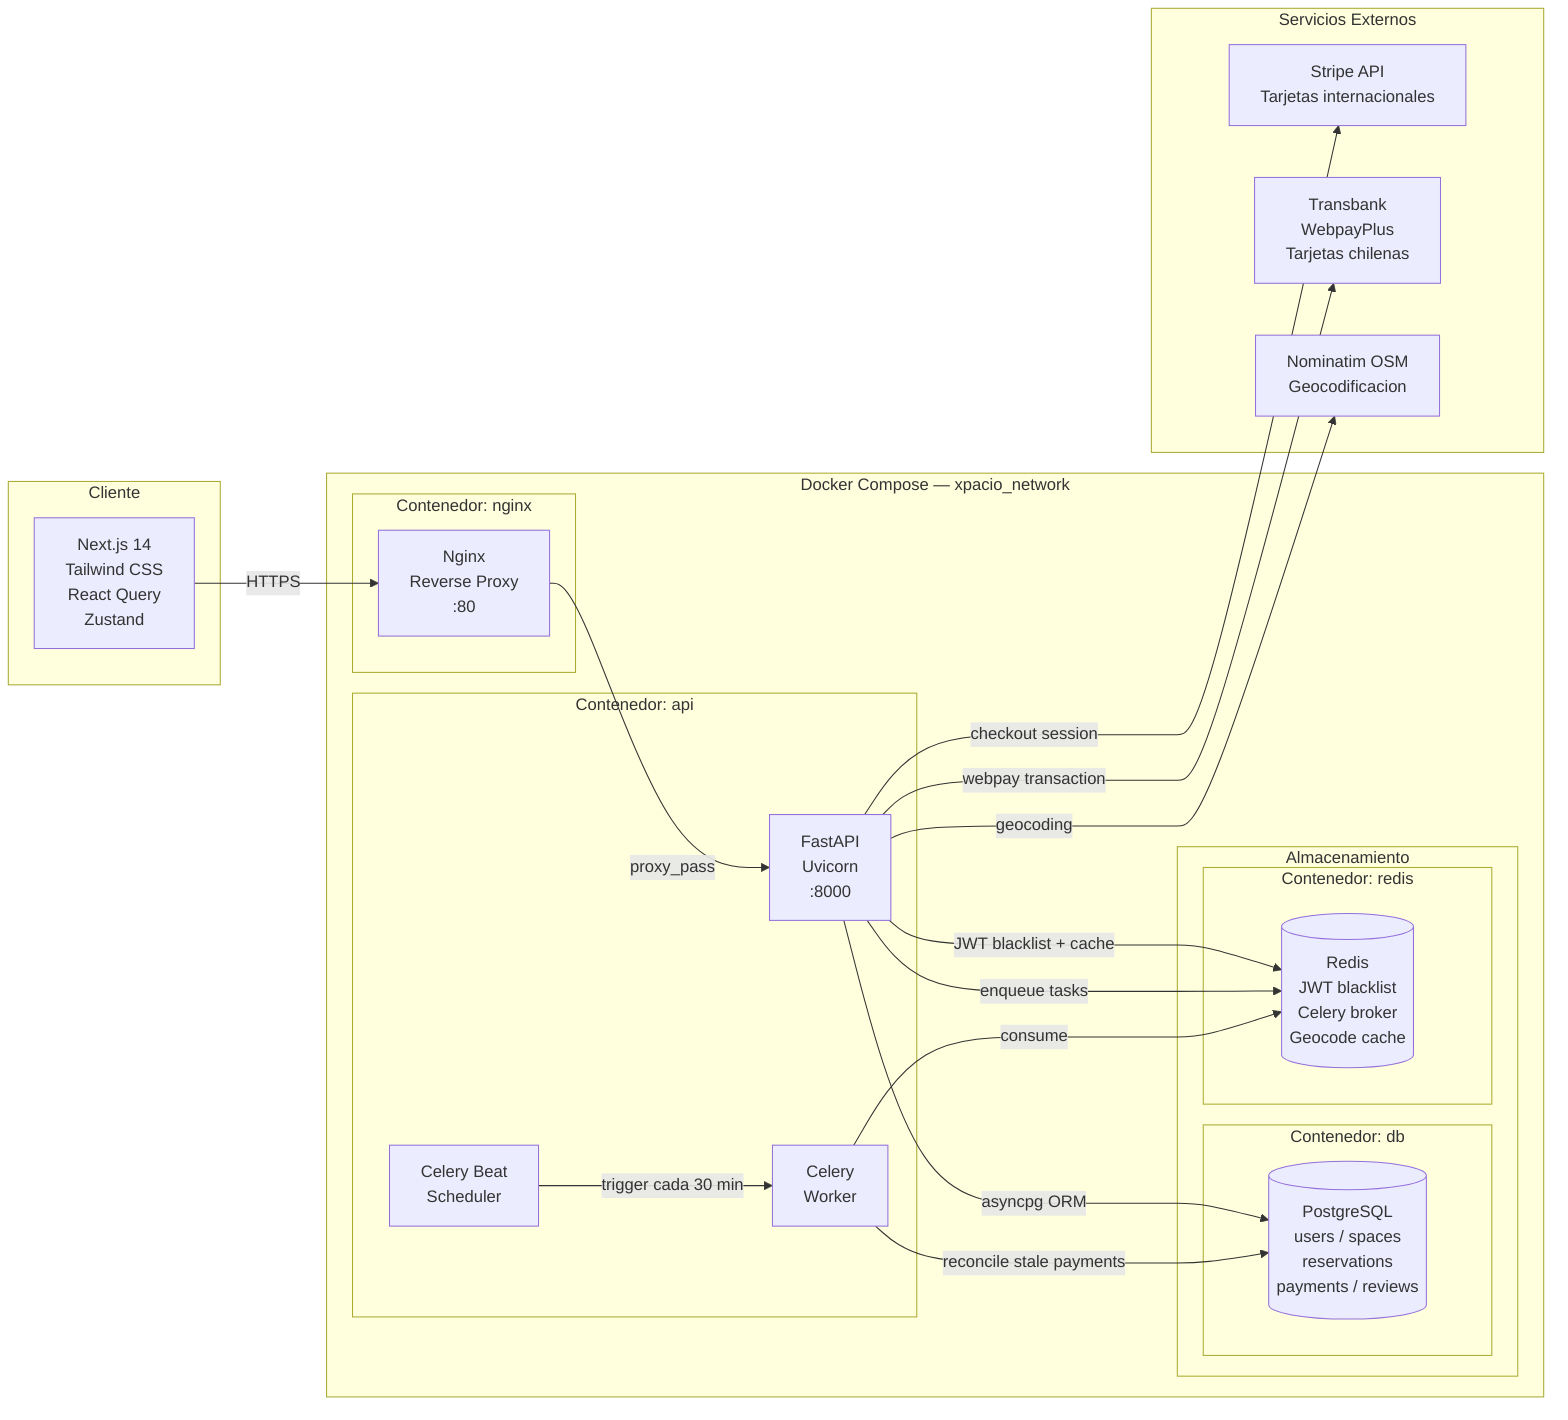
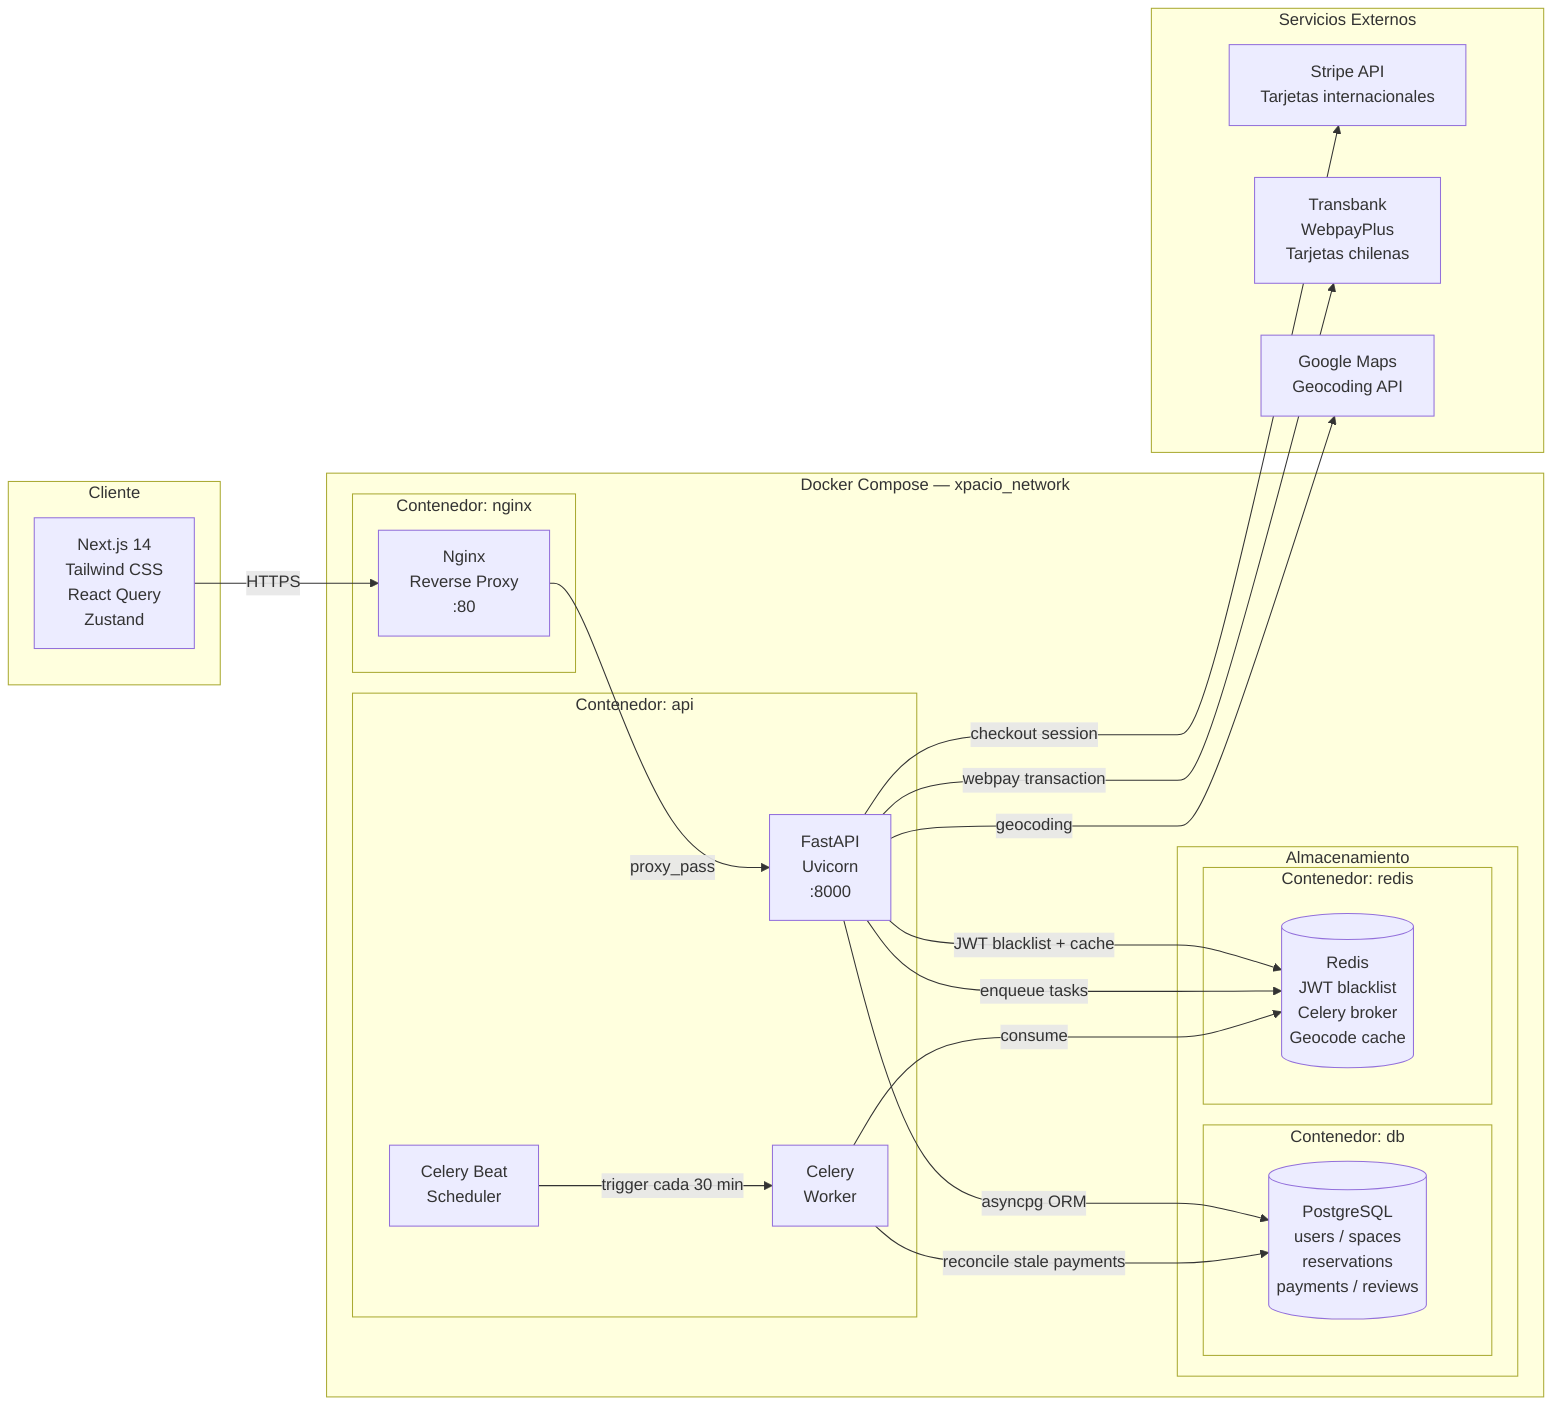
flowchart LR
  subgraph CLIENT["Cliente"]
    FE["Next.js 14\nTailwind CSS\nReact Query\nZustand"]
  end

  subgraph DOCKER["Docker Compose — xpacio_network"]
    subgraph GATEWAY["Contenedor: nginx"]
      NGINX["Nginx\nReverse Proxy\n:80"]
    end

    subgraph BACKEND["Contenedor: api"]
      API["FastAPI\nUvicorn\n:8000"]
      CELERY["Celery\nWorker"]
      BEAT["Celery Beat\nScheduler"]
    end

    subgraph STORAGE["Almacenamiento"]
      subgraph PGBOX["Contenedor: db"]
        PG[("PostgreSQL\nusers / spaces\nreservations\npayments / reviews")]
      end
      subgraph RDBOX["Contenedor: redis"]
        REDIS[("Redis\nJWT blacklist\nCelery broker\nGeocode cache")]
      end
    end
  end

  subgraph EXTERNAL["Servicios Externos"]
    STRIPE["Stripe API\nTarjetas internacionales"]
    TRANSBANK["Transbank\nWebpayPlus\nTarjetas chilenas"]
-     NOMINATIM["Nominatim OSM\nGeocodificacion"]
+     GMAPS["Google Maps\nGeocoding API"]
  end

  FE -- "HTTPS" --> NGINX
  NGINX -- "proxy_pass" --> API
  API -- "asyncpg ORM" --> PG
  API -- "JWT blacklist + cache" --> REDIS
  API -- "checkout session" --> STRIPE
  API -- "webpay transaction" --> TRANSBANK
-   API -- "geocoding" --> NOMINATIM
+   API -- "geocoding" --> GMAPS
  API -- "enqueue tasks" --> REDIS
  BEAT -- "trigger cada 30 min" --> CELERY
  CELERY -- "consume" --> REDIS
  CELERY -- "reconcile stale payments" --> PG
